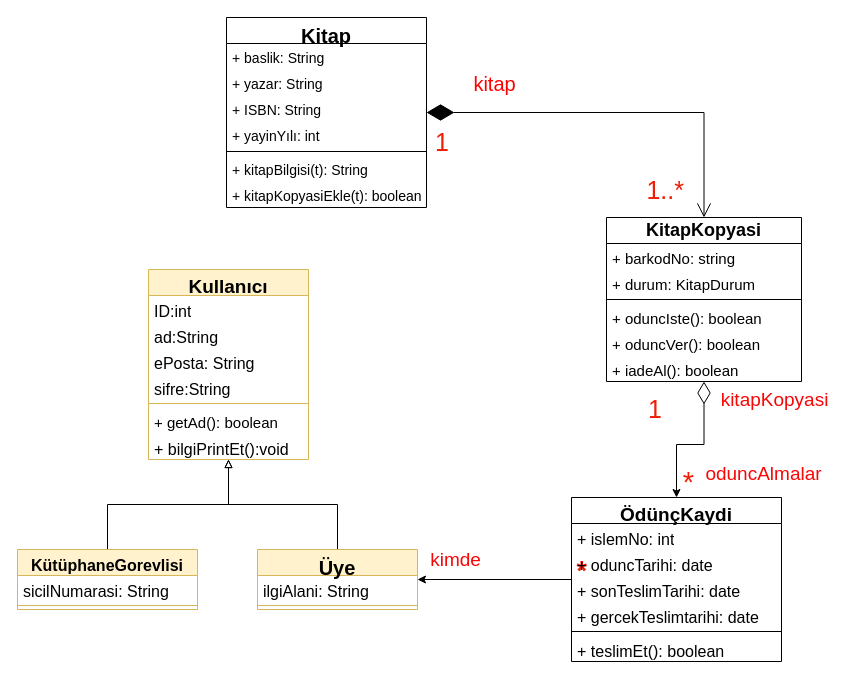
Above: page "ClassDiyagram" (1 of 2) of okys/doc/OKYS-Design.drawio in tdursun/oop2026 (draw.io), before the change. Source tidied: cells renumbered, new cells numbered last; positions are measured from the earlier drawing's top-left corner, leaving out a move shared by most shapes. Both pictures are drawn from the tidied source at 100%, with x=0, y=0 at pixel (17, 17).
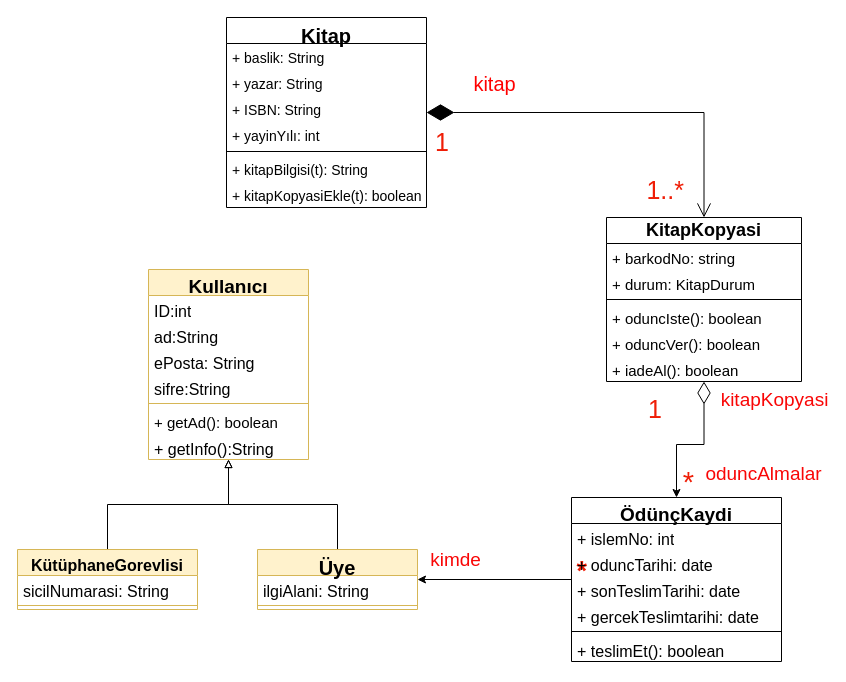
After the change.

Commit message:
UML guncellendi-getInfo

Unchanged cells that the change refers to:
```xml
<mxCell id="36" value="Kullanıcı" style="swimlane;fontStyle=1;align=center;verticalAlign=top;horizontal=1;startSize=26;whiteSpace=wrap;html=1;fillColor=#fff2cc;strokeColor=#d6b656;fontSize=19;" parent="1" vertex="1">
  <mxGeometry x="131" y="252" width="160" height="190" as="geometry" />
</mxCell>
```

Change to the diagram source:
```diff
@@
-    <mxCell id="43" value="+ bilgiPrintEt():void" style="text;strokeColor=none;fillColor=none;align=left;verticalAlign=top;spacingLeft=4;spacingRight=4;overflow=hidden;whiteSpace=wrap;html=1;fontSize=16;" parent="36" vertex="1">
+    <mxCell id="43" value="+ getInfo():String" style="text;strokeColor=none;fillColor=none;align=left;verticalAlign=top;spacingLeft=4;spacingRight=4;overflow=hidden;whiteSpace=wrap;html=1;fontSize=16;" parent="36" vertex="1">
       <mxGeometry y="164" width="160" height="26" as="geometry" />
     </mxCell>
```
